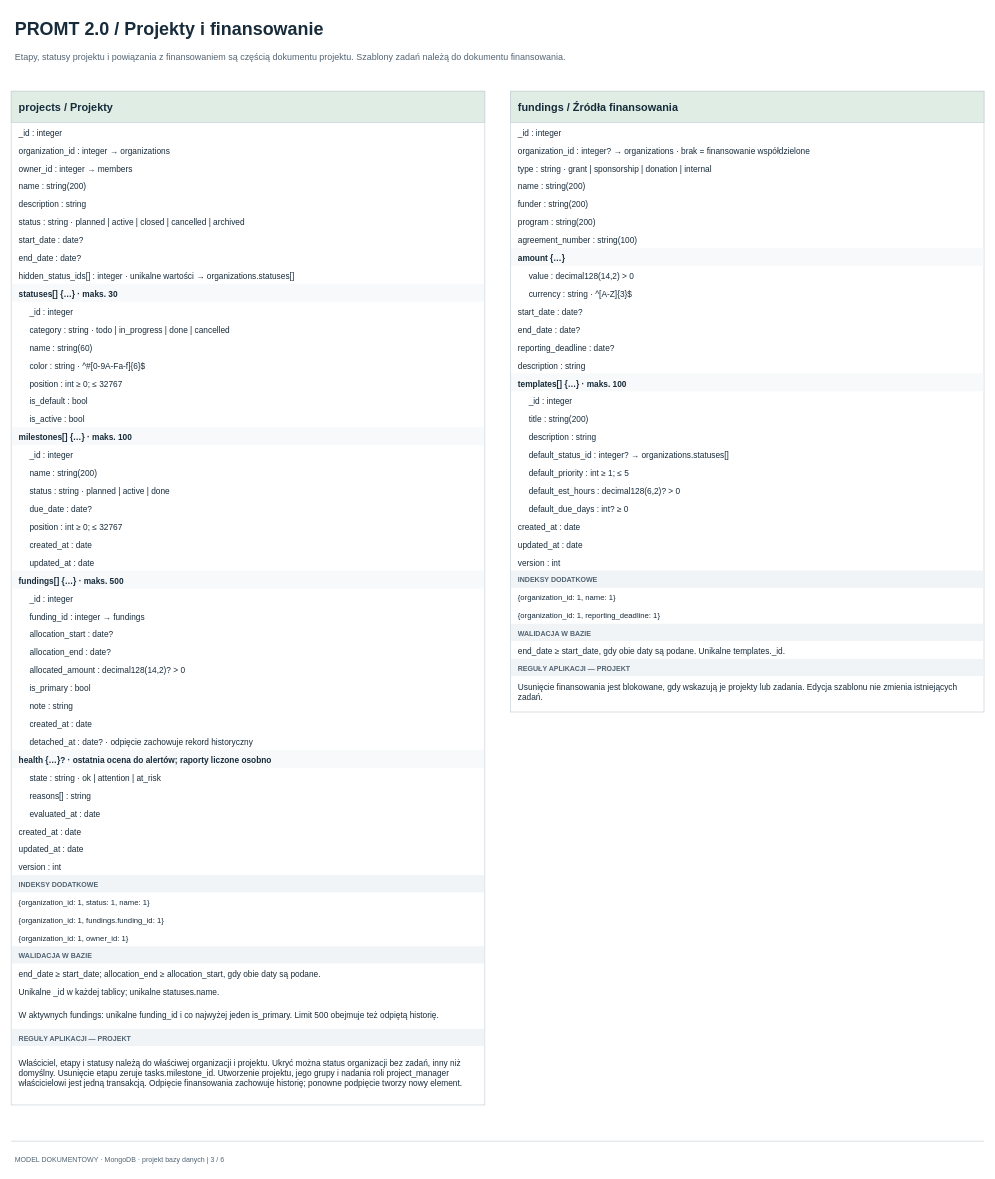
MarekTurkowicz/PROMPT-v2 keeps this draw.io diagram as page "3. Projekty i finansowanie" (3 of 6) of docs/schemat/warianty/nosql-mongodb-2.0.drawio. Above is the earlier version. Source tidied: cells renumbered, new cells numbered last; positions are measured from the earlier drawing's top-left corner, leaving out a move shared by most shapes. Both pictures are drawn from the tidied source at 64%, with x=0, y=0 at pixel (11, 11).
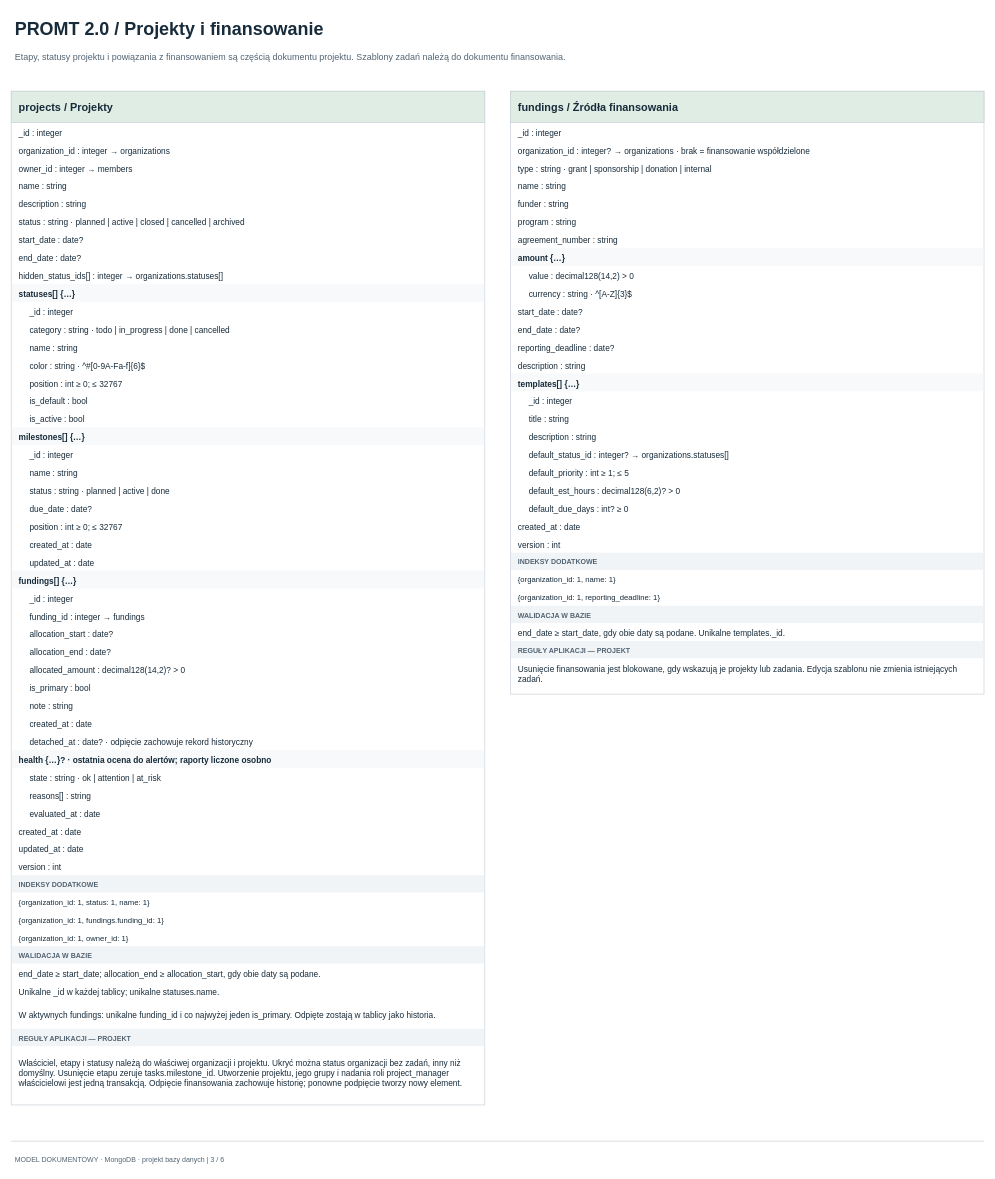
The same page after the edit.

Unchanged cells that the change refers to:
```xml
<mxCell id="4" style="html=1;whiteSpace=wrap;rounded=0;shadow=0;fontFamily=Arial;fontColor=#172B3A;fontSize=13;fillColor=#FFFFFF;strokeColor=#C5CED5;" parent="1" vertex="1">
  <mxGeometry y="125" width="740" height="1584" as="geometry" />
</mxCell>
```

The edit, as a diff of the source:
```diff
@@
-    <mxCell id="10" value="name : string(200)" style="html=1;whiteSpace=wrap;rounded=0;shadow=0;fontFamily=Arial;fontColor=#172B3A;fontSize=13;text;strokeColor=none;fillColor=none;align=left;verticalAlign=middle;spacing=0;spacingRight=4;fontSize=13;fontColor=#172B3A;fontStyle=0;" parent="4" vertex="1">
+    <mxCell id="10" value="name : string" style="html=1;whiteSpace=wrap;rounded=0;shadow=0;fontFamily=Arial;fontColor=#172B3A;fontSize=13;text;strokeColor=none;fillColor=none;align=left;verticalAlign=middle;spacing=0;spacingRight=4;fontSize=13;fontColor=#172B3A;fontStyle=0;" parent="4" vertex="1">
       <mxGeometry x="12" y="136" width="718" height="25" as="geometry" />
     </mxCell>
@@
-    <mxCell id="15" value="hidden_status_ids[] : integer · unikalne wartości → organizations.statuses[]" style="html=1;whiteSpace=wrap;rounded=0;shadow=0;fontFamily=Arial;fontColor=#172B3A;fontSize=13;text;strokeColor=none;fillColor=none;align=left;verticalAlign=middle;spacing=0;spacingRight=4;fontSize=13;fontColor=#172B3A;fontStyle=0;" parent="4" vertex="1">
+    <mxCell id="15" value="hidden_status_ids[] : integer → organizations.statuses[]" style="html=1;whiteSpace=wrap;rounded=0;shadow=0;fontFamily=Arial;fontColor=#172B3A;fontSize=13;text;strokeColor=none;fillColor=none;align=left;verticalAlign=middle;spacing=0;spacingRight=4;fontSize=13;fontColor=#172B3A;fontStyle=0;" parent="4" vertex="1">
       <mxGeometry x="12" y="276" width="718" height="25" as="geometry" />
     </mxCell>
@@
-    <mxCell id="17" value="statuses[] {…} · maks. 30" style="html=1;whiteSpace=wrap;rounded=0;shadow=0;fontFamily=Arial;fontColor=#172B3A;fontSize=13;text;strokeColor=none;fillColor=none;align=left;verticalAlign=middle;spacing=0;spacingRight=4;fontSize=13;fontColor=#172B3A;fontStyle=1;" parent="4" vertex="1">
+    <mxCell id="17" value="statuses[] {…}" style="html=1;whiteSpace=wrap;rounded=0;shadow=0;fontFamily=Arial;fontColor=#172B3A;fontSize=13;text;strokeColor=none;fillColor=none;align=left;verticalAlign=middle;spacing=0;spacingRight=4;fontSize=13;fontColor=#172B3A;fontStyle=1;" parent="4" vertex="1">
       <mxGeometry x="12" y="304" width="718" height="25" as="geometry" />
     </mxCell>
@@
-    <mxCell id="20" value="name : string(60)" style="html=1;whiteSpace=wrap;rounded=0;shadow=0;fontFamily=Arial;fontColor=#172B3A;fontSize=13;text;strokeColor=none;fillColor=none;align=left;verticalAlign=middle;spacing=0;spacingRight=4;fontSize=13;fontColor=#172B3A;fontStyle=0;" parent="4" vertex="1">
+    <mxCell id="20" value="name : string" style="html=1;whiteSpace=wrap;rounded=0;shadow=0;fontFamily=Arial;fontColor=#172B3A;fontSize=13;text;strokeColor=none;fillColor=none;align=left;verticalAlign=middle;spacing=0;spacingRight=4;fontSize=13;fontColor=#172B3A;fontStyle=0;" parent="4" vertex="1">
       <mxGeometry x="29" y="388" width="701" height="25" as="geometry" />
     </mxCell>
@@
-    <mxCell id="26" value="milestones[] {…} · maks. 100" style="html=1;whiteSpace=wrap;rounded=0;shadow=0;fontFamily=Arial;fontColor=#172B3A;fontSize=13;text;strokeColor=none;fillColor=none;align=left;verticalAlign=middle;spacing=0;spacingRight=4;fontSize=13;fontColor=#172B3A;fontStyle=1;" parent="4" vertex="1">
+    <mxCell id="26" value="milestones[] {…}" style="html=1;whiteSpace=wrap;rounded=0;shadow=0;fontFamily=Arial;fontColor=#172B3A;fontSize=13;text;strokeColor=none;fillColor=none;align=left;verticalAlign=middle;spacing=0;spacingRight=4;fontSize=13;fontColor=#172B3A;fontStyle=1;" parent="4" vertex="1">
       <mxGeometry x="12" y="528" width="718" height="25" as="geometry" />
     </mxCell>
@@
-    <mxCell id="28" value="name : string(200)" style="html=1;whiteSpace=wrap;rounded=0;shadow=0;fontFamily=Arial;fontColor=#172B3A;fontSize=13;text;strokeColor=none;fillColor=none;align=left;verticalAlign=middle;spacing=0;spacingRight=4;fontSize=13;fontColor=#172B3A;fontStyle=0;" parent="4" vertex="1">
+    <mxCell id="28" value="name : string" style="html=1;whiteSpace=wrap;rounded=0;shadow=0;fontFamily=Arial;fontColor=#172B3A;fontSize=13;text;strokeColor=none;fillColor=none;align=left;verticalAlign=middle;spacing=0;spacingRight=4;fontSize=13;fontColor=#172B3A;fontStyle=0;" parent="4" vertex="1">
       <mxGeometry x="29" y="584" width="701" height="25" as="geometry" />
     </mxCell>
@@
-    <mxCell id="35" value="fundings[] {…} · maks. 500" style="html=1;whiteSpace=wrap;rounded=0;shadow=0;fontFamily=Arial;fontColor=#172B3A;fontSize=13;text;strokeColor=none;fillColor=none;align=left;verticalAlign=middle;spacing=0;spacingRight=4;fontSize=13;fontColor=#172B3A;fontStyle=1;" parent="4" vertex="1">
+    <mxCell id="35" value="fundings[] {…}" style="html=1;whiteSpace=wrap;rounded=0;shadow=0;fontFamily=Arial;fontColor=#172B3A;fontSize=13;text;strokeColor=none;fillColor=none;align=left;verticalAlign=middle;spacing=0;spacingRight=4;fontSize=13;fontColor=#172B3A;fontStyle=1;" parent="4" vertex="1">
       <mxGeometry x="12" y="752" width="718" height="25" as="geometry" />
     </mxCell>
@@
-    <mxCell id="62" value="W aktywnych fundings: unikalne funding_id i co najwyżej jeden is_primary. Limit 500 obejmuje też odpiętą historię." style="html=1;whiteSpace=wrap;rounded=0;shadow=0;fontFamily=Arial;fontColor=#172B3A;fontSize=13;text;strokeColor=none;fillColor=none;align=left;verticalAlign=middle;spacing=0;spacingRight=4;fontSize=13;fontColor=#172B3A;fontStyle=0;" parent="4" vertex="1">
+    <mxCell id="62" value="W aktywnych fundings: unikalne funding_id i co najwyżej jeden is_primary. Odpięte zostają w tablicy jako historia." style="html=1;whiteSpace=wrap;rounded=0;shadow=0;fontFamily=Arial;fontColor=#172B3A;fontSize=13;text;strokeColor=none;fillColor=none;align=left;verticalAlign=middle;spacing=0;spacingRight=4;fontSize=13;fontColor=#172B3A;fontStyle=0;" parent="4" vertex="1">
       <mxGeometry x="12" y="1422" width="718" height="43" as="geometry" />
     </mxCell>
@@
     <mxCell id="66" style="html=1;whiteSpace=wrap;rounded=0;shadow=0;fontFamily=Arial;fontColor=#172B3A;fontSize=13;fillColor=#FFFFFF;strokeColor=#C5CED5;" parent="1" vertex="1">
-      <mxGeometry x="780" y="125" width="740" height="970" as="geometry" />
+      <mxGeometry x="780" y="125" width="740" height="942" as="geometry" />
     </mxCell>
@@
-    <mxCell id="72" value="name : string(200)" style="html=1;whiteSpace=wrap;rounded=0;shadow=0;fontFamily=Arial;fontColor=#172B3A;fontSize=13;text;strokeColor=none;fillColor=none;align=left;verticalAlign=middle;spacing=0;spacingRight=4;fontSize=13;fontColor=#172B3A;fontStyle=0;" parent="66" vertex="1">
+    <mxCell id="72" value="name : string" style="html=1;whiteSpace=wrap;rounded=0;shadow=0;fontFamily=Arial;fontColor=#172B3A;fontSize=13;text;strokeColor=none;fillColor=none;align=left;verticalAlign=middle;spacing=0;spacingRight=4;fontSize=13;fontColor=#172B3A;fontStyle=0;" parent="66" vertex="1">
       <mxGeometry x="12" y="136" width="718" height="25" as="geometry" />
     </mxCell>
-    <mxCell id="73" value="funder : string(200)" style="html=1;whiteSpace=wrap;rounded=0;shadow=0;fontFamily=Arial;fontColor=#172B3A;fontSize=13;text;strokeColor=none;fillColor=none;align=left;verticalAlign=middle;spacing=0;spacingRight=4;fontSize=13;fontColor=#172B3A;fontStyle=0;" parent="66" vertex="1">
+    <mxCell id="73" value="funder : string" style="html=1;whiteSpace=wrap;rounded=0;shadow=0;fontFamily=Arial;fontColor=#172B3A;fontSize=13;text;strokeColor=none;fillColor=none;align=left;verticalAlign=middle;spacing=0;spacingRight=4;fontSize=13;fontColor=#172B3A;fontStyle=0;" parent="66" vertex="1">
       <mxGeometry x="12" y="164" width="718" height="25" as="geometry" />
     </mxCell>
-    <mxCell id="74" value="program : string(200)" style="html=1;whiteSpace=wrap;rounded=0;shadow=0;fontFamily=Arial;fontColor=#172B3A;fontSize=13;text;strokeColor=none;fillColor=none;align=left;verticalAlign=middle;spacing=0;spacingRight=4;fontSize=13;fontColor=#172B3A;fontStyle=0;" parent="66" vertex="1">
+    <mxCell id="74" value="program : string" style="html=1;whiteSpace=wrap;rounded=0;shadow=0;fontFamily=Arial;fontColor=#172B3A;fontSize=13;text;strokeColor=none;fillColor=none;align=left;verticalAlign=middle;spacing=0;spacingRight=4;fontSize=13;fontColor=#172B3A;fontStyle=0;" parent="66" vertex="1">
       <mxGeometry x="12" y="192" width="718" height="25" as="geometry" />
     </mxCell>
-    <mxCell id="75" value="agreement_number : string(100)" style="html=1;whiteSpace=wrap;rounded=0;shadow=0;fontFamily=Arial;fontColor=#172B3A;fontSize=13;text;strokeColor=none;fillColor=none;align=left;verticalAlign=middle;spacing=0;spacingRight=4;fontSize=13;fontColor=#172B3A;fontStyle=0;" parent="66" vertex="1">
+    <mxCell id="75" value="agreement_number : string" style="html=1;whiteSpace=wrap;rounded=0;shadow=0;fontFamily=Arial;fontColor=#172B3A;fontSize=13;text;strokeColor=none;fillColor=none;align=left;verticalAlign=middle;spacing=0;spacingRight=4;fontSize=13;fontColor=#172B3A;fontStyle=0;" parent="66" vertex="1">
       <mxGeometry x="12" y="220" width="718" height="25" as="geometry" />
     </mxCell>
@@
-    <mxCell id="85" value="templates[] {…} · maks. 100" style="html=1;whiteSpace=wrap;rounded=0;shadow=0;fontFamily=Arial;fontColor=#172B3A;fontSize=13;text;strokeColor=none;fillColor=none;align=left;verticalAlign=middle;spacing=0;spacingRight=4;fontSize=13;fontColor=#172B3A;fontStyle=1;" parent="66" vertex="1">
+    <mxCell id="85" value="templates[] {…}" style="html=1;whiteSpace=wrap;rounded=0;shadow=0;fontFamily=Arial;fontColor=#172B3A;fontSize=13;text;strokeColor=none;fillColor=none;align=left;verticalAlign=middle;spacing=0;spacingRight=4;fontSize=13;fontColor=#172B3A;fontStyle=1;" parent="66" vertex="1">
       <mxGeometry x="12" y="444" width="718" height="25" as="geometry" />
     </mxCell>
@@
-    <mxCell id="87" value="title : string(200)" style="html=1;whiteSpace=wrap;rounded=0;shadow=0;fontFamily=Arial;fontColor=#172B3A;fontSize=13;text;strokeColor=none;fillColor=none;align=left;verticalAlign=middle;spacing=0;spacingRight=4;fontSize=13;fontColor=#172B3A;fontStyle=0;" parent="66" vertex="1">
+    <mxCell id="87" value="title : string" style="html=1;whiteSpace=wrap;rounded=0;shadow=0;fontFamily=Arial;fontColor=#172B3A;fontSize=13;text;strokeColor=none;fillColor=none;align=left;verticalAlign=middle;spacing=0;spacingRight=4;fontSize=13;fontColor=#172B3A;fontStyle=0;" parent="66" vertex="1">
       <mxGeometry x="29" y="500" width="701" height="25" as="geometry" />
     </mxCell>
@@
-    <mxCell id="94" value="updated_at : date" style="html=1;whiteSpace=wrap;rounded=0;shadow=0;fontFamily=Arial;fontColor=#172B3A;fontSize=13;text;strokeColor=none;fillColor=none;align=left;verticalAlign=middle;spacing=0;spacingRight=4;fontSize=13;fontColor=#172B3A;fontStyle=0;" parent="66" vertex="1">
-      <mxGeometry x="12" y="696" width="718" height="25" as="geometry" />
-    </mxCell>
     <mxCell id="95" value="version : int" style="html=1;whiteSpace=wrap;rounded=0;shadow=0;fontFamily=Arial;fontColor=#172B3A;fontSize=13;text;strokeColor=none;fillColor=none;align=left;verticalAlign=middle;spacing=0;spacingRight=4;fontSize=13;fontColor=#172B3A;fontStyle=0;" parent="66" vertex="1">
-      <mxGeometry x="12" y="724" width="718" height="25" as="geometry" />
+      <mxGeometry x="12" y="696" width="718" height="25" as="geometry" />
     </mxCell>
     <mxCell id="96" style="html=1;whiteSpace=wrap;rounded=0;shadow=0;fontFamily=Arial;fontColor=#172B3A;fontSize=13;fillColor=#F1F4F6;strokeColor=none;" parent="66" vertex="1">
-      <mxGeometry x="1" y="749" width="738" height="27" as="geometry" />
+      <mxGeometry x="1" y="721" width="738" height="27" as="geometry" />
     </mxCell>
     <mxCell id="97" value="INDEKSY DODATKOWE" style="html=1;whiteSpace=wrap;rounded=0;shadow=0;fontFamily=Arial;fontColor=#172B3A;fontSize=13;text;strokeColor=none;fillColor=none;align=left;verticalAlign=middle;spacing=0;spacingRight=4;fontSize=11;fontColor=#526473;fontStyle=1;" parent="66" vertex="1">
-      <mxGeometry x="12" y="752" width="718" height="24" as="geometry" />
+      <mxGeometry x="12" y="724" width="718" height="24" as="geometry" />
     </mxCell>
     <mxCell id="98" value="{organization_id: 1, name: 1}" style="html=1;whiteSpace=wrap;rounded=0;shadow=0;fontFamily=Arial;fontColor=#172B3A;fontSize=13;text;strokeColor=none;fillColor=none;align=left;verticalAlign=middle;spacing=0;spacingRight=4;fontSize=12;fontColor=#172B3A;fontStyle=0;" parent="66" vertex="1">
-      <mxGeometry x="12" y="779" width="718" height="25" as="geometry" />
+      <mxGeometry x="12" y="751" width="718" height="25" as="geometry" />
     </mxCell>
     <mxCell id="99" value="{organization_id: 1, reporting_deadline: 1}" style="html=1;whiteSpace=wrap;rounded=0;shadow=0;fontFamily=Arial;fontColor=#172B3A;fontSize=13;text;strokeColor=none;fillColor=none;align=left;verticalAlign=middle;spacing=0;spacingRight=4;fontSize=12;fontColor=#172B3A;fontStyle=0;" parent="66" vertex="1">
-      <mxGeometry x="12" y="807" width="718" height="25" as="geometry" />
+      <mxGeometry x="12" y="779" width="718" height="25" as="geometry" />
     </mxCell>
     <mxCell id="100" style="html=1;whiteSpace=wrap;rounded=0;shadow=0;fontFamily=Arial;fontColor=#172B3A;fontSize=13;fillColor=#F1F4F6;strokeColor=none;" parent="66" vertex="1">
-      <mxGeometry x="1" y="832" width="738" height="27" as="geometry" />
+      <mxGeometry x="1" y="804" width="738" height="27" as="geometry" />
     </mxCell>
     <mxCell id="101" value="WALIDACJA W BAZIE" style="html=1;whiteSpace=wrap;rounded=0;shadow=0;fontFamily=Arial;fontColor=#172B3A;fontSize=13;text;strokeColor=none;fillColor=none;align=left;verticalAlign=middle;spacing=0;spacingRight=4;fontSize=11;fontColor=#526473;fontStyle=1;" parent="66" vertex="1">
-      <mxGeometry x="12" y="835" width="718" height="24" as="geometry" />
+      <mxGeometry x="12" y="807" width="718" height="24" as="geometry" />
     </mxCell>
     <mxCell id="102" value="end_date ≥ start_date, gdy obie daty są podane. Unikalne templates._id." style="html=1;whiteSpace=wrap;rounded=0;shadow=0;fontFamily=Arial;fontColor=#172B3A;fontSize=13;text;strokeColor=none;fillColor=none;align=left;verticalAlign=middle;spacing=0;spacingRight=4;fontSize=13;fontColor=#172B3A;fontStyle=0;" parent="66" vertex="1">
-      <mxGeometry x="12" y="862" width="718" height="25" as="geometry" />
+      <mxGeometry x="12" y="834" width="718" height="25" as="geometry" />
     </mxCell>
     <mxCell id="103" style="html=1;whiteSpace=wrap;rounded=0;shadow=0;fontFamily=Arial;fontColor=#172B3A;fontSize=13;fillColor=#F1F4F6;strokeColor=none;" parent="66" vertex="1">
-      <mxGeometry x="1" y="887" width="738" height="27" as="geometry" />
+      <mxGeometry x="1" y="859" width="738" height="27" as="geometry" />
     </mxCell>
     <mxCell id="104" value="REGUŁY APLIKACJI — PROJEKT" style="html=1;whiteSpace=wrap;rounded=0;shadow=0;fontFamily=Arial;fontColor=#172B3A;fontSize=13;text;strokeColor=none;fillColor=none;align=left;verticalAlign=middle;spacing=0;spacingRight=4;fontSize=11;fontColor=#526473;fontStyle=1;" parent="66" vertex="1">
-      <mxGeometry x="12" y="890" width="718" height="24" as="geometry" />
+      <mxGeometry x="12" y="862" width="718" height="24" as="geometry" />
     </mxCell>
     <mxCell id="105" value="Usunięcie finansowania jest blokowane, gdy wskazują je projekty lub zadania. Edycja szablonu nie zmienia istniejących zadań." style="html=1;whiteSpace=wrap;rounded=0;shadow=0;fontFamily=Arial;fontColor=#172B3A;fontSize=13;text;strokeColor=none;fillColor=none;align=left;verticalAlign=middle;spacing=0;spacingRight=4;fontSize=13;fontColor=#172B3A;fontStyle=0;" parent="66" vertex="1">
-      <mxGeometry x="12" y="917" width="718" height="43" as="geometry" />
+      <mxGeometry x="12" y="889" width="718" height="43" as="geometry" />
     </mxCell>
```
